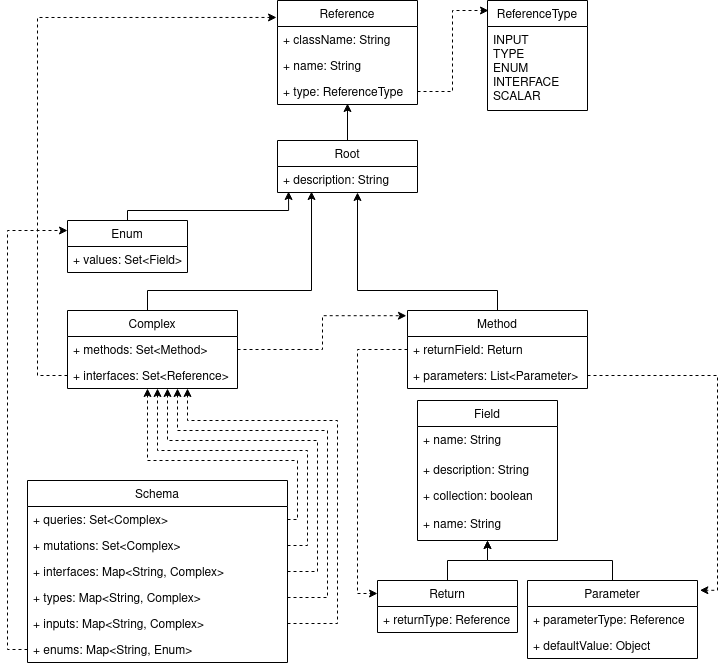
The draw.io diagram schema-model/classdiagram.png in smallrye/smallrye-graphql, before a commit. Source tidied: cells renumbered, new cells last; positions are measured from the earlier drawing's top-left corner, leaving out a move shared by most shapes.
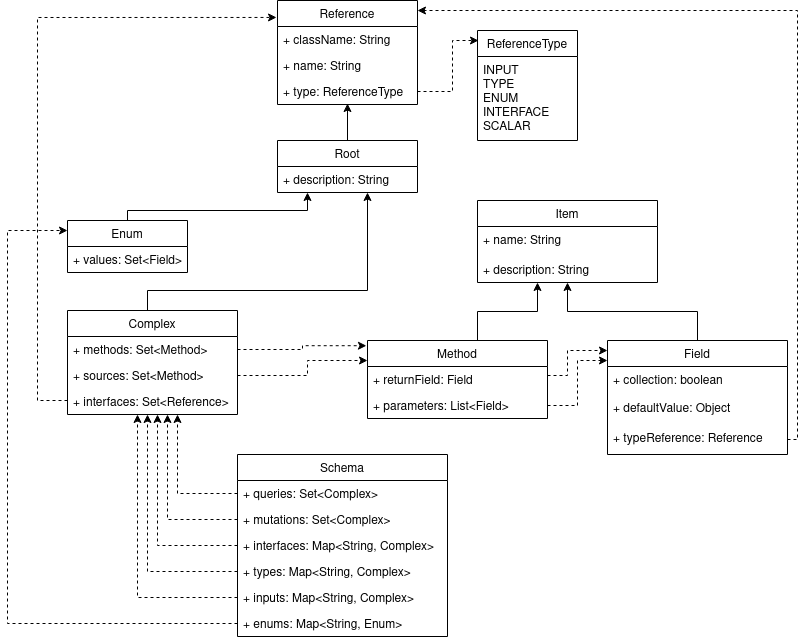
The same diagram one commit later.

What changed in the source:
```diff
@@ -5,115 +5,111 @@
     <mxCell id="2" style="edgeStyle=orthogonalEdgeStyle;rounded=0;jettySize=auto;html=1;entryX=0.5;entryY=0.962;entryDx=0;entryDy=0;entryPerimeter=0;" parent="1" edge="1" source="23" target="20">
       <mxGeometry relative="1" as="geometry" />
     </mxCell>
-    <mxCell id="3" style="edgeStyle=orthogonalEdgeStyle;rounded=0;jettySize=auto;html=1;entryX=0.243;entryY=0.962;entryDx=0;entryDy=0;entryPerimeter=0;" parent="1" edge="1" source="37" target="24">
+    <mxCell id="3" style="edgeStyle=orthogonalEdgeStyle;rounded=0;jettySize=auto;html=1;" parent="1" edge="1" source="37" target="23">
       <mxGeometry relative="1" as="geometry">
         <Array as="points">
           <mxPoint x="140" y="290" />
-          <mxPoint x="304" y="290" />
+          <mxPoint x="360" y="290" />
         </Array>
       </mxGeometry>
     </mxCell>
     <mxCell id="4" style="edgeStyle=orthogonalEdgeStyle;rounded=0;jettySize=auto;html=1;entryX=-0.007;entryY=0.163;entryDx=0;entryDy=0;entryPerimeter=0;dashed=1;" parent="1" edge="1" source="39" target="17">
       <mxGeometry relative="1" as="geometry">
         <Array as="points">
-          <mxPoint x="30" y="375" />
+          <mxPoint x="30" y="400" />
           <mxPoint x="30" y="17" />
         </Array>
       </mxGeometry>
     </mxCell>
-    <mxCell id="5" style="edgeStyle=orthogonalEdgeStyle;rounded=0;jettySize=auto;html=1;" parent="1" edge="1" source="34" target="24">
+    <mxCell id="5" style="edgeStyle=orthogonalEdgeStyle;rounded=0;jettySize=auto;html=1;" parent="1" edge="1" source="34" target="57">
       <mxGeometry relative="1" as="geometry">
         <Array as="points">
-          <mxPoint x="490" y="290" />
-          <mxPoint x="350" y="290" />
+          <mxPoint x="470" y="311" />
+          <mxPoint x="530" y="311" />
         </Array>
       </mxGeometry>
     </mxCell>
     <mxCell id="6" style="edgeStyle=orthogonalEdgeStyle;rounded=0;jettySize=auto;html=1;exitX=1;exitY=0.5;exitDx=0;exitDy=0;entryX=-0.006;entryY=0.067;entryDx=0;entryDy=0;entryPerimeter=0;dashed=1;" parent="1" edge="1" source="38" target="34">
-      <mxGeometry relative="1" as="geometry" />
+      <mxGeometry relative="1" as="geometry">
+        <Array as="points">
+          <mxPoint x="295" y="349" />
+          <mxPoint x="295" y="345" />
+        </Array>
+      </mxGeometry>
     </mxCell>
     <mxCell id="7" style="edgeStyle=orthogonalEdgeStyle;rounded=0;jettySize=auto;html=1;exitX=1;exitY=0.5;exitDx=0;exitDy=0;dashed=1;entryX=0.01;entryY=0.091;entryDx=0;entryDy=0;entryPerimeter=0;" parent="1" edge="1" source="20" target="32">
       <mxGeometry relative="1" as="geometry">
         <Array as="points">
           <mxPoint x="445" y="91" />
-          <mxPoint x="445" y="10" />
+          <mxPoint x="445" y="40" />
         </Array>
       </mxGeometry>
     </mxCell>
-    <mxCell id="8" style="edgeStyle=orthogonalEdgeStyle;rounded=0;jettySize=auto;html=1;entryX=0.079;entryY=0.962;entryDx=0;entryDy=0;entryPerimeter=0;exitX=0.5;exitY=0;exitDx=0;exitDy=0;" parent="1" edge="1" source="21" target="24">
+    <mxCell id="8" style="edgeStyle=orthogonalEdgeStyle;rounded=0;jettySize=auto;html=1;exitX=0.5;exitY=0;exitDx=0;exitDy=0;" parent="1" edge="1" source="21" target="23">
       <mxGeometry relative="1" as="geometry">
         <Array as="points">
           <mxPoint x="120" y="210" />
-          <mxPoint x="281" y="210" />
+          <mxPoint x="300" y="210" />
         </Array>
       </mxGeometry>
     </mxCell>
-    <mxCell id="9" style="edgeStyle=orthogonalEdgeStyle;rounded=0;jettySize=auto;html=1;exitX=0;exitY=0.5;exitDx=0;exitDy=0;dashed=1;entryX=0;entryY=0.25;entryDx=0;entryDy=0;" parent="1" edge="1" source="35" target="46">
+    <mxCell id="9" style="edgeStyle=orthogonalEdgeStyle;rounded=0;jettySize=auto;html=1;dashed=1;" parent="1" edge="1" source="36" target="40">
       <mxGeometry relative="1" as="geometry">
         <Array as="points">
-          <mxPoint x="350" y="349" />
-          <mxPoint x="350" y="593" />
+          <mxPoint x="570" y="405" />
+          <mxPoint x="570" y="360" />
         </Array>
       </mxGeometry>
     </mxCell>
     <mxCell id="10" style="edgeStyle=orthogonalEdgeStyle;rounded=0;jettySize=auto;html=1;dashed=1;" parent="1" edge="1" source="26" target="37">
       <mxGeometry relative="1" as="geometry">
         <Array as="points">
-          <mxPoint x="290" y="519" />
-          <mxPoint x="290" y="460" />
-          <mxPoint x="140" y="460" />
+          <mxPoint x="170" y="493" />
         </Array>
       </mxGeometry>
     </mxCell>
     <mxCell id="11" style="edgeStyle=orthogonalEdgeStyle;rounded=0;jettySize=auto;html=1;dashed=1;" parent="1" edge="1" source="27" target="37">
       <mxGeometry relative="1" as="geometry">
         <Array as="points">
-          <mxPoint x="300" y="545" />
-          <mxPoint x="300" y="450" />
-          <mxPoint x="150" y="450" />
+          <mxPoint x="160" y="519" />
         </Array>
       </mxGeometry>
     </mxCell>
     <mxCell id="12" style="edgeStyle=orthogonalEdgeStyle;rounded=0;jettySize=auto;html=1;dashed=1;" parent="1" edge="1" source="28" target="37">
       <mxGeometry relative="1" as="geometry">
         <Array as="points">
-          <mxPoint x="310" y="571" />
-          <mxPoint x="310" y="440" />
-          <mxPoint x="160" y="440" />
+          <mxPoint x="150" y="545" />
         </Array>
       </mxGeometry>
     </mxCell>
     <mxCell id="13" style="edgeStyle=orthogonalEdgeStyle;rounded=0;jettySize=auto;html=1;dashed=1;" parent="1" edge="1" source="29" target="37">
       <mxGeometry relative="1" as="geometry">
         <Array as="points">
-          <mxPoint x="320" y="597" />
-          <mxPoint x="320" y="430" />
-          <mxPoint x="170" y="430" />
+          <mxPoint x="140" y="571" />
         </Array>
       </mxGeometry>
     </mxCell>
     <mxCell id="14" style="edgeStyle=orthogonalEdgeStyle;rounded=0;jettySize=auto;html=1;dashed=1;" parent="1" edge="1" source="30" target="37">
       <mxGeometry relative="1" as="geometry">
         <Array as="points">
-          <mxPoint x="330" y="623" />
-          <mxPoint x="330" y="420" />
-          <mxPoint x="180" y="420" />
+          <mxPoint x="130" y="597" />
         </Array>
       </mxGeometry>
     </mxCell>
     <mxCell id="15" style="edgeStyle=orthogonalEdgeStyle;rounded=0;jettySize=auto;html=1;dashed=1;" parent="1" edge="1" source="31" target="21">
       <mxGeometry relative="1" as="geometry">
         <Array as="points">
-          <mxPoint y="649" />
+          <mxPoint y="623" />
           <mxPoint y="230" />
         </Array>
       </mxGeometry>
     </mxCell>
-    <mxCell id="16" style="edgeStyle=orthogonalEdgeStyle;rounded=0;jettySize=auto;html=1;dashed=1;exitX=1;exitY=0.5;exitDx=0;exitDy=0;entryX=1.014;entryY=0.125;entryDx=0;entryDy=0;entryPerimeter=0;" parent="1" edge="1" source="36" target="49">
+    <mxCell id="16" style="edgeStyle=orthogonalEdgeStyle;rounded=0;jettySize=auto;html=1;dashed=1;exitX=1;exitY=0.5;exitDx=0;exitDy=0;" parent="1" edge="1" source="36" target="40">
       <mxGeometry relative="1" as="geometry">
         <Array as="points">
-          <mxPoint x="710" y="375" />
-          <mxPoint x="710" y="590" />
+          <mxPoint x="540" y="375" />
+          <mxPoint x="560" y="375" />
+          <mxPoint x="560" y="350" />
         </Array>
       </mxGeometry>
     </mxCell>
@@ -141,86 +137,93 @@
     <mxCell id="24" value="+ description: String" style="text;strokeColor=none;fillColor=none;align=left;verticalAlign=top;spacingLeft=4;spacingRight=4;overflow=hidden;points=[[0,0.5],[1,0.5]];portConstraint=eastwest;" parent="23" vertex="1">
       <mxGeometry y="26" width="140" height="26" as="geometry" />
     </mxCell>
+    <mxCell id="37" value="Complex" style="swimlane;fontStyle=0;horizontal=1;startSize=26;fillColor=none;" parent="1" vertex="1">
+      <mxGeometry x="60" y="310" width="170" height="104" as="geometry" />
+    </mxCell>
+    <mxCell id="38" value="+ methods: Set&lt;Method&gt;" style="text;strokeColor=none;fillColor=none;align=left;verticalAlign=top;spacingLeft=4;spacingRight=4;overflow=hidden;points=[[0,0.5],[1,0.5]];portConstraint=eastwest;" parent="37" vertex="1">
+      <mxGeometry y="26" width="170" height="26" as="geometry" />
+    </mxCell>
+    <mxCell id="52" value="+ sources: Set&lt;Method&gt;" style="text;strokeColor=none;fillColor=none;align=left;verticalAlign=top;spacingLeft=4;spacingRight=4;overflow=hidden;points=[[0,0.5],[1,0.5]];portConstraint=eastwest;" parent="37" vertex="1">
+      <mxGeometry y="52" width="170" height="26" as="geometry" />
+    </mxCell>
+    <mxCell id="39" value="+ interfaces: Set&lt;Reference&gt;" style="text;strokeColor=none;fillColor=none;align=left;verticalAlign=top;spacingLeft=4;spacingRight=4;overflow=hidden;points=[[0,0.5],[1,0.5]];portConstraint=eastwest;" parent="37" vertex="1">
+      <mxGeometry y="78" width="170" height="26" as="geometry" />
+    </mxCell>
+    <mxCell id="53" style="edgeStyle=orthogonalEdgeStyle;rounded=0;jettySize=auto;html=1;dashed=1;" parent="1" edge="1" source="56" target="17">
+      <mxGeometry relative="1" as="geometry">
+        <Array as="points">
+          <mxPoint x="790" y="439" />
+          <mxPoint x="790" y="10" />
+        </Array>
+      </mxGeometry>
+    </mxCell>
+    <mxCell id="54" style="edgeStyle=orthogonalEdgeStyle;rounded=0;jettySize=auto;html=1;dashed=1;" parent="1" edge="1" source="52" target="34">
+      <mxGeometry relative="1" as="geometry">
+        <Array as="points">
+          <mxPoint x="300" y="375" />
+          <mxPoint x="300" y="360" />
+        </Array>
+      </mxGeometry>
+    </mxCell>
+    <mxCell id="55" style="edgeStyle=orthogonalEdgeStyle;rounded=0;jettySize=auto;html=1;" parent="1" edge="1" source="40" target="57">
+      <mxGeometry relative="1" as="geometry" />
+    </mxCell>
+    <mxCell id="40" value="Field" style="swimlane;fontStyle=0;horizontal=1;startSize=26;fillColor=none;" parent="1" vertex="1">
+      <mxGeometry x="600" y="340" width="180" height="114" as="geometry" />
+    </mxCell>
+    <mxCell id="43" value="+ collection: boolean" style="text;strokeColor=none;fillColor=none;align=left;verticalAlign=top;spacingLeft=4;spacingRight=4;overflow=hidden;" parent="40" vertex="1">
+      <mxGeometry y="26" width="180" height="28" as="geometry" />
+    </mxCell>
+    <mxCell id="51" value="+ defaultValue: Object&#10;&#10;" style="text;strokeColor=none;fillColor=none;align=left;verticalAlign=top;spacingLeft=4;spacingRight=4;overflow=hidden;" parent="40" vertex="1">
+      <mxGeometry y="54" width="180" height="30" as="geometry" />
+    </mxCell>
+    <mxCell id="56" value="+ typeReference: Reference&#10;&#10;" style="text;strokeColor=none;fillColor=none;align=left;verticalAlign=top;spacingLeft=4;spacingRight=4;overflow=hidden;points=[[0,0.5],[1,0.5]];portConstraint=eastwest;" parent="40" vertex="1">
+      <mxGeometry y="84" width="180" height="30" as="geometry" />
+    </mxCell>
+    <mxCell id="34" value="Method" style="swimlane;fontStyle=0;horizontal=1;startSize=26;fillColor=none;" parent="1" vertex="1">
+      <mxGeometry x="360" y="340" width="180" height="78" as="geometry" />
+    </mxCell>
+    <mxCell id="35" value="+ returnField: Field" style="text;strokeColor=none;fillColor=none;align=left;verticalAlign=top;spacingLeft=4;spacingRight=4;overflow=hidden;points=[[0,0.5],[1,0.5]];portConstraint=eastwest;" parent="34" vertex="1">
+      <mxGeometry y="26" width="180" height="26" as="geometry" />
+    </mxCell>
+    <mxCell id="36" value="+ parameters: List&lt;Field&gt;" style="text;strokeColor=none;fillColor=none;align=left;verticalAlign=top;spacingLeft=4;spacingRight=4;overflow=hidden;points=[[0,0.5],[1,0.5]];portConstraint=eastwest;" parent="34" vertex="1">
+      <mxGeometry y="52" width="180" height="26" as="geometry" />
+    </mxCell>
+    <mxCell id="57" value="Item" style="swimlane;fontStyle=0;horizontal=1;startSize=26;fillColor=none;" parent="1" vertex="1">
+      <mxGeometry x="470" y="200" width="180" height="82" as="geometry" />
+    </mxCell>
+    <mxCell id="58" value="+ name: String&#10;&#10;" style="text;strokeColor=none;fillColor=none;align=left;verticalAlign=top;spacingLeft=4;spacingRight=4;overflow=hidden;" parent="57" vertex="1">
+      <mxGeometry y="26" width="180" height="30" as="geometry" />
+    </mxCell>
+    <mxCell id="42" value="+ description: String" style="text;strokeColor=none;fillColor=none;align=left;verticalAlign=top;spacingLeft=4;spacingRight=4;overflow=hidden;" parent="57" vertex="1">
+      <mxGeometry y="56" width="180" height="26" as="geometry" />
+    </mxCell>
+    <mxCell id="32" value="ReferenceType" style="swimlane;fontStyle=0;horizontal=1;startSize=26;fillColor=none;" parent="1" vertex="1">
+      <mxGeometry x="470" y="30" width="100" height="110" as="geometry" />
+    </mxCell>
+    <mxCell id="33" value="INPUT&#10;TYPE&#10;ENUM&#10;INTERFACE&#10;SCALAR" style="text;strokeColor=none;fillColor=none;align=left;verticalAlign=top;spacingLeft=4;spacingRight=4;overflow=hidden;" parent="32" vertex="1">
+      <mxGeometry y="26" width="100" height="84" as="geometry" />
+    </mxCell>
     <mxCell id="25" value="Schema" style="swimlane;fontStyle=0;horizontal=1;startSize=26;fillColor=none;" parent="1" vertex="1">
-      <mxGeometry x="20" y="480" width="260" height="182" as="geometry" />
+      <mxGeometry x="230" y="454" width="210" height="182" as="geometry" />
     </mxCell>
     <mxCell id="26" value="+ queries: Set&lt;Complex&gt;" style="text;strokeColor=none;fillColor=none;align=left;verticalAlign=top;spacingLeft=4;spacingRight=4;overflow=hidden;points=[[0,0.5],[1,0.5]];portConstraint=eastwest;" parent="25" vertex="1">
-      <mxGeometry y="26" width="260" height="26" as="geometry" />
+      <mxGeometry y="26" width="210" height="26" as="geometry" />
     </mxCell>
     <mxCell id="27" value="+ mutations: Set&lt;Complex&gt;" style="text;strokeColor=none;fillColor=none;align=left;verticalAlign=top;spacingLeft=4;spacingRight=4;overflow=hidden;points=[[0,0.5],[1,0.5]];portConstraint=eastwest;" parent="25" vertex="1">
-      <mxGeometry y="52" width="260" height="26" as="geometry" />
+      <mxGeometry y="52" width="210" height="26" as="geometry" />
     </mxCell>
     <mxCell id="28" value="+ interfaces: Map&lt;String, Complex&gt;" style="text;strokeColor=none;fillColor=none;align=left;verticalAlign=top;spacingLeft=4;spacingRight=4;overflow=hidden;points=[[0,0.5],[1,0.5]];portConstraint=eastwest;" parent="25" vertex="1">
-      <mxGeometry y="78" width="260" height="26" as="geometry" />
+      <mxGeometry y="78" width="210" height="26" as="geometry" />
     </mxCell>
     <mxCell id="29" value="+ types: Map&lt;String, Complex&gt;" style="text;strokeColor=none;fillColor=none;align=left;verticalAlign=top;spacingLeft=4;spacingRight=4;overflow=hidden;points=[[0,0.5],[1,0.5]];portConstraint=eastwest;" parent="25" vertex="1">
-      <mxGeometry y="104" width="260" height="26" as="geometry" />
+      <mxGeometry y="104" width="210" height="26" as="geometry" />
     </mxCell>
     <mxCell id="30" value="+ inputs: Map&lt;String, Complex&gt;" style="text;strokeColor=none;fillColor=none;align=left;verticalAlign=top;spacingLeft=4;spacingRight=4;overflow=hidden;points=[[0,0.5],[1,0.5]];portConstraint=eastwest;" parent="25" vertex="1">
-      <mxGeometry y="130" width="260" height="26" as="geometry" />
+      <mxGeometry y="130" width="210" height="26" as="geometry" />
     </mxCell>
     <mxCell id="31" value="+ enums: Map&lt;String, Enum&gt;" style="text;strokeColor=none;fillColor=none;align=left;verticalAlign=top;spacingLeft=4;spacingRight=4;overflow=hidden;points=[[0,0.5],[1,0.5]];portConstraint=eastwest;" parent="25" vertex="1">
-      <mxGeometry y="156" width="260" height="26" as="geometry" />
+      <mxGeometry y="156" width="210" height="26" as="geometry" />
     </mxCell>
-    <mxCell id="32" value="ReferenceType" style="swimlane;fontStyle=0;horizontal=1;startSize=26;fillColor=none;" parent="1" vertex="1">
-      <mxGeometry x="480" width="100" height="110" as="geometry" />
-    </mxCell>
-    <mxCell id="33" value="INPUT&#10;TYPE&#10;ENUM&#10;INTERFACE&#10;SCALAR" style="text;strokeColor=none;fillColor=none;align=left;verticalAlign=top;spacingLeft=4;spacingRight=4;overflow=hidden;" parent="32" vertex="1">
-      <mxGeometry y="26" width="100" height="84" as="geometry" />
-    </mxCell>
-    <mxCell id="34" value="Method" style="swimlane;fontStyle=0;horizontal=1;startSize=26;fillColor=none;" parent="1" vertex="1">
-      <mxGeometry x="400" y="310" width="180" height="78" as="geometry" />
-    </mxCell>
-    <mxCell id="35" value="+ returnField: Return" style="text;strokeColor=none;fillColor=none;align=left;verticalAlign=top;spacingLeft=4;spacingRight=4;overflow=hidden;points=[[0,0.5],[1,0.5]];portConstraint=eastwest;" parent="34" vertex="1">
-      <mxGeometry y="26" width="180" height="26" as="geometry" />
-    </mxCell>
-    <mxCell id="36" value="+ parameters: List&lt;Parameter&gt;" style="text;strokeColor=none;fillColor=none;align=left;verticalAlign=top;spacingLeft=4;spacingRight=4;overflow=hidden;points=[[0,0.5],[1,0.5]];portConstraint=eastwest;" parent="34" vertex="1">
-      <mxGeometry y="52" width="180" height="26" as="geometry" />
-    </mxCell>
-    <mxCell id="37" value="Complex" style="swimlane;fontStyle=0;horizontal=1;startSize=26;fillColor=none;" parent="1" vertex="1">
-      <mxGeometry x="60" y="310" width="170" height="78" as="geometry" />
-    </mxCell>
-    <mxCell id="38" value="+ methods: Set&lt;Method&gt;" style="text;strokeColor=none;fillColor=none;align=left;verticalAlign=top;spacingLeft=4;spacingRight=4;overflow=hidden;points=[[0,0.5],[1,0.5]];portConstraint=eastwest;" parent="37" vertex="1">
-      <mxGeometry y="26" width="170" height="26" as="geometry" />
-    </mxCell>
-    <mxCell id="39" value="+ interfaces: Set&lt;Reference&gt;" style="text;strokeColor=none;fillColor=none;align=left;verticalAlign=top;spacingLeft=4;spacingRight=4;overflow=hidden;points=[[0,0.5],[1,0.5]];portConstraint=eastwest;" parent="37" vertex="1">
-      <mxGeometry y="52" width="170" height="26" as="geometry" />
-    </mxCell>
-    <mxCell id="40" value="Field" style="swimlane;fontStyle=0;horizontal=1;startSize=26;fillColor=none;" parent="1" vertex="1">
-      <mxGeometry x="410" y="400" width="140" height="140" as="geometry" />
-    </mxCell>
-    <mxCell id="41" value="+ name: String&#10;&#10;" style="text;strokeColor=none;fillColor=none;align=left;verticalAlign=top;spacingLeft=4;spacingRight=4;overflow=hidden;" parent="40" vertex="1">
-      <mxGeometry y="26" width="140" height="30" as="geometry" />
-    </mxCell>
-    <mxCell id="42" value="+ description: String" style="text;strokeColor=none;fillColor=none;align=left;verticalAlign=top;spacingLeft=4;spacingRight=4;overflow=hidden;" parent="40" vertex="1">
-      <mxGeometry y="56" width="140" height="26" as="geometry" />
-    </mxCell>
-    <mxCell id="43" value="+ collection: boolean" style="text;strokeColor=none;fillColor=none;align=left;verticalAlign=top;spacingLeft=4;spacingRight=4;overflow=hidden;" parent="40" vertex="1">
-      <mxGeometry y="82" width="140" height="28" as="geometry" />
-    </mxCell>
-    <mxCell id="44" value="+ name: String&#10;&#10;" style="text;strokeColor=none;fillColor=none;align=left;verticalAlign=top;spacingLeft=4;spacingRight=4;overflow=hidden;" parent="40" vertex="1">
-      <mxGeometry y="110" width="140" height="30" as="geometry" />
-    </mxCell>
-    <mxCell id="45" style="edgeStyle=orthogonalEdgeStyle;rounded=0;jettySize=auto;html=1;" parent="1" edge="1" source="46" target="40">
-      <mxGeometry relative="1" as="geometry" />
-    </mxCell>
-    <mxCell id="46" value="Return" style="swimlane;fontStyle=0;horizontal=1;startSize=26;fillColor=none;" parent="1" vertex="1">
-      <mxGeometry x="370" y="580" width="140" height="52" as="geometry" />
-    </mxCell>
-    <mxCell id="47" value="+ returnType: Reference" style="text;strokeColor=none;fillColor=none;align=left;verticalAlign=top;spacingLeft=4;spacingRight=4;overflow=hidden;" parent="46" vertex="1">
-      <mxGeometry y="26" width="140" height="26" as="geometry" />
-    </mxCell>
-    <mxCell id="48" style="edgeStyle=orthogonalEdgeStyle;rounded=0;jettySize=auto;html=1;" parent="1" edge="1" source="49" target="40">
-      <mxGeometry relative="1" as="geometry" />
-    </mxCell>
-    <mxCell id="49" value="Parameter" style="swimlane;fontStyle=0;horizontal=1;startSize=26;fillColor=none;" parent="1" vertex="1">
-      <mxGeometry x="520" y="580" width="170" height="78" as="geometry" />
-    </mxCell>
-    <mxCell id="50" value="+ parameterType: Reference" style="text;strokeColor=none;fillColor=none;align=left;verticalAlign=top;spacingLeft=4;spacingRight=4;overflow=hidden;" parent="49" vertex="1">
-      <mxGeometry y="26" width="170" height="26" as="geometry" />
-    </mxCell>
-    <mxCell id="51" value="+ defaultValue: Object" style="text;strokeColor=none;fillColor=none;align=left;verticalAlign=top;spacingLeft=4;spacingRight=4;overflow=hidden;" parent="49" vertex="1">
-      <mxGeometry y="52" width="170" height="26" as="geometry" />
-    </mxCell>
   </root>
 </mxGraphModel>
```
